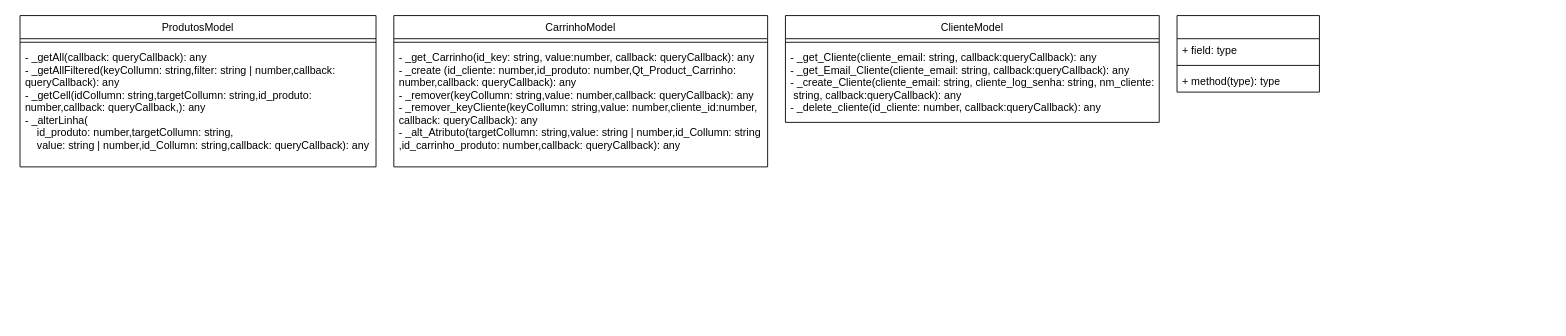
Above: modelo_diagrama.drawio in GustavoAndreyIF/Divino-Lanches (draw.io), before the change. Source tidied: cells renumbered, new cells numbered last; positions are measured from the earlier drawing's top-left corner, leaving out a move shared by most shapes. Both pictures are drawn from the tidied source at 89%, with x=0, y=0 at pixel (20, 15).
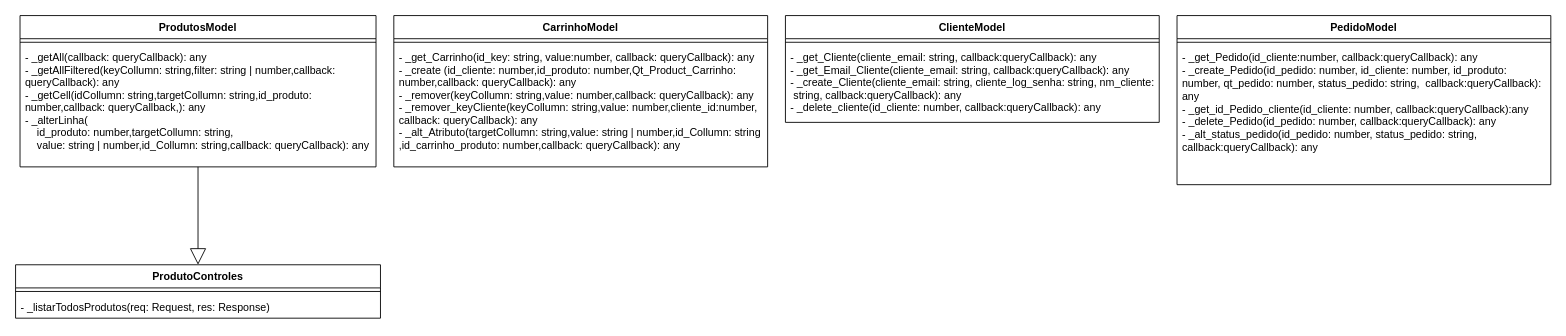
The same diagram, later.

Commit message:
Actualizar modelo_diagrama.drawio (classes de modelo)

The edit, as a diff of the source:
```diff
@@
 <mxGraphModel>
   <root>
     <mxCell id="0" />
     <mxCell id="1" parent="0" />
-    <mxCell id="2" value="ProdutosModel" style="swimlane;fontStyle=0;align=center;verticalAlign=top;horizontal=1;startSize=26;rounded=0;shadow=0;strokeWidth=1;" parent="1" vertex="1">
+    <mxCell id="2" value="ProdutosModel" style="swimlane;fontStyle=1;align=center;verticalAlign=top;horizontal=1;startSize=26;rounded=0;shadow=0;strokeWidth=1;" parent="1" vertex="1">
       <mxGeometry width="400" height="170" as="geometry" />
     </mxCell>
     <mxCell id="3" style="line;html=1;strokeWidth=1;align=left;verticalAlign=middle;spacingTop=-1;spacingLeft=3;spacingRight=3;labelPosition=right;" parent="2" vertex="1">
       <mxGeometry y="26" width="400" height="8" as="geometry" />
     </mxCell>
     <mxCell id="4" value="- _getAll(callback: queryCallback): any&#10;- _getAllFiltered(keyCollumn: string,filter: string | number,callback: &#10;queryCallback): any&#10;- _getCell(idCollumn: string,targetCollumn: string,id_produto: &#10;number,callback: queryCallback,): any&#10;- _alterLinha(&#10;    id_produto: number,targetCollumn: string,&#10;    value: string | number,id_Collumn: string,callback: queryCallback): any" style="text;align=left;verticalAlign=top;spacingLeft=4;spacingRight=4;overflow=hidden;fontStyle=0;" parent="2" vertex="1">
       <mxGeometry y="34" width="400" height="136" as="geometry" />
     </mxCell>
-    <mxCell id="5" value=" CarrinhoModel " style="swimlane;fontStyle=0;align=center;verticalAlign=top;horizontal=1;startSize=26;rounded=0;shadow=0;strokeWidth=1;" parent="1" vertex="1">
+    <mxCell id="5" value=" CarrinhoModel " style="swimlane;fontStyle=1;align=center;verticalAlign=top;horizontal=1;startSize=26;rounded=0;shadow=0;strokeWidth=1;" parent="1" vertex="1">
       <mxGeometry x="420" width="420" height="170" as="geometry" />
     </mxCell>
     <mxCell id="6" style="line;html=1;strokeWidth=1;align=left;verticalAlign=middle;spacingTop=-1;spacingLeft=3;spacingRight=3;labelPosition=right;" parent="5" vertex="1">
       <mxGeometry y="26" width="420" height="8" as="geometry" />
     </mxCell>
     <mxCell id="7" value="- _get_Carrinho(id_key: string, value:number, callback: queryCallback): any&#10;- _create (id_cliente: number,id_produto: number,Qt_Product_Carrinho: &#10;number,callback: queryCallback): any&#10;- _remover(keyCollumn: string,value: number,callback: queryCallback): any&#10;- _remover_keyCliente(keyCollumn: string,value: number,cliente_id:number,&#10;callback: queryCallback): any&#10;- _alt_Atributo(targetCollumn: string,value: string | number,id_Collumn: string&#10;,id_carrinho_produto: number,callback: queryCallback): any" style="text;align=left;verticalAlign=top;spacingLeft=4;spacingRight=4;overflow=hidden;fontStyle=0;" parent="5" vertex="1">
       <mxGeometry y="34" width="420" height="136" as="geometry" />
     </mxCell>
-    <mxCell id="8" value="ClienteModel" style="swimlane;fontStyle=0;align=center;verticalAlign=top;horizontal=1;startSize=26;rounded=0;shadow=0;strokeWidth=1;" parent="1" vertex="1">
+    <mxCell id="8" value="ClienteModel" style="swimlane;fontStyle=1;align=center;verticalAlign=top;horizontal=1;startSize=26;rounded=0;shadow=0;strokeWidth=1;" parent="1" vertex="1">
       <mxGeometry x="860" width="420" height="120" as="geometry" />
     </mxCell>
     <mxCell id="9" style="line;html=1;strokeWidth=1;align=left;verticalAlign=middle;spacingTop=-1;spacingLeft=3;spacingRight=3;labelPosition=right;" parent="8" vertex="1">
       <mxGeometry y="26" width="420" height="8" as="geometry" />
     </mxCell>
     <mxCell id="10" value="- _get_Cliente(cliente_email: string, callback:queryCallback): any&#10;- _get_Email_Cliente(cliente_email: string, callback:queryCallback): any&#10;- _create_Cliente(cliente_email: string, cliente_log_senha: string, nm_cliente:&#10; string, callback:queryCallback): any&#10;- _delete_cliente(id_cliente: number, callback:queryCallback): any&#10;" style="text;align=left;verticalAlign=top;spacingLeft=4;spacingRight=4;overflow=hidden;fontStyle=0;" parent="8" vertex="1">
       <mxGeometry y="34" width="420" height="86" as="geometry" />
     </mxCell>
-    <mxCell id="11" style="swimlane;fontStyle=1;align=center;verticalAlign=top;horizontal=1;startSize=26;whiteSpace=wrap;html=1;" parent="1" vertex="1">
-      <mxGeometry x="1300" width="160" height="86" as="geometry" />
+    <mxCell id="11" value="PedidoModel" style="swimlane;fontStyle=1;align=center;verticalAlign=top;horizontal=1;startSize=26;whiteSpace=wrap;html=1;" parent="1" vertex="1">
+      <mxGeometry x="1300" width="420" height="190" as="geometry" />
     </mxCell>
-    <mxCell id="12" value="+ field: type" style="text;strokeColor=none;fillColor=none;align=left;verticalAlign=top;spacingLeft=4;spacingRight=4;overflow=hidden;whiteSpace=wrap;html=1;" parent="11" vertex="1">
-      <mxGeometry y="26" width="160" height="26" as="geometry" />
-    </mxCell>
     <mxCell id="13" style="line;strokeWidth=1;fillColor=none;align=left;verticalAlign=middle;spacingTop=-1;spacingLeft=3;spacingRight=3;labelPosition=right;strokeColor=inherit;" parent="11" vertex="1">
-      <mxGeometry y="52" width="160" height="8" as="geometry" />
+      <mxGeometry y="26" width="420" height="8" as="geometry" />
     </mxCell>
-    <mxCell id="14" value="+ method(type): type" style="text;strokeColor=none;fillColor=none;align=left;verticalAlign=top;spacingLeft=4;spacingRight=4;overflow=hidden;whiteSpace=wrap;html=1;" parent="11" vertex="1">
-      <mxGeometry y="60" width="160" height="26" as="geometry" />
+    <mxCell id="14" value="- _get_Pedido(id_cliente:number, callback:queryCallback): any&lt;div&gt;- _create_Pedido(id_pedido: number, id_cliente: number, id_produto: number, qt_pedido: number, status_pedido: string,&amp;nbsp; callback:queryCallback): any&lt;/div&gt;&lt;div&gt;- _get_id_Pedido_cliente(id_cliente: number, callback:queryCallback):any&lt;/div&gt;&lt;div&gt;- _delete_Pedido(id_pedido: number, callback:queryCallback): any&lt;/div&gt;&lt;div&gt;- _alt_status_pedido(id_pedido: number, status_pedido: string, callback:queryCallback): any&lt;/div&gt;" style="text;strokeColor=none;fillColor=none;align=left;verticalAlign=top;spacingLeft=4;spacingRight=4;overflow=hidden;whiteSpace=wrap;html=1;" parent="11" vertex="1">
+      <mxGeometry y="34" width="420" height="156" as="geometry" />
     </mxCell>
+    <mxCell id="15" value="ProdutoControles" style="swimlane;fontStyle=1;align=center;verticalAlign=top;horizontal=1;startSize=26;whiteSpace=wrap;html=1;" parent="1" vertex="1">
+      <mxGeometry x="-5" y="280" width="410" height="60" as="geometry" />
+    </mxCell>
+    <mxCell id="16" style="line;strokeWidth=1;fillColor=none;align=left;verticalAlign=middle;spacingTop=-1;spacingLeft=3;spacingRight=3;labelPosition=right;strokeColor=inherit;" parent="15" vertex="1">
+      <mxGeometry y="26" width="410" height="8" as="geometry" />
+    </mxCell>
+    <mxCell id="17" value="- _listarTodosProdutos(req: Request, res: Response)" style="text;strokeColor=none;fillColor=none;align=left;verticalAlign=top;spacingLeft=4;spacingRight=4;overflow=hidden;whiteSpace=wrap;html=1;" parent="15" vertex="1">
+      <mxGeometry y="34" width="410" height="26" as="geometry" />
+    </mxCell>
+    <mxCell id="18" style="endArrow=block;endSize=16;endFill=0;html=1;rounded=0;entryX=0.5;entryY=0;entryDx=0;entryDy=0;" parent="1" edge="1" target="15">
+      <mxGeometry relative="1" as="geometry">
+        <mxPoint x="200" y="170" as="sourcePoint" />
+      </mxGeometry>
+    </mxCell>
   </root>
 </mxGraphModel>
```
